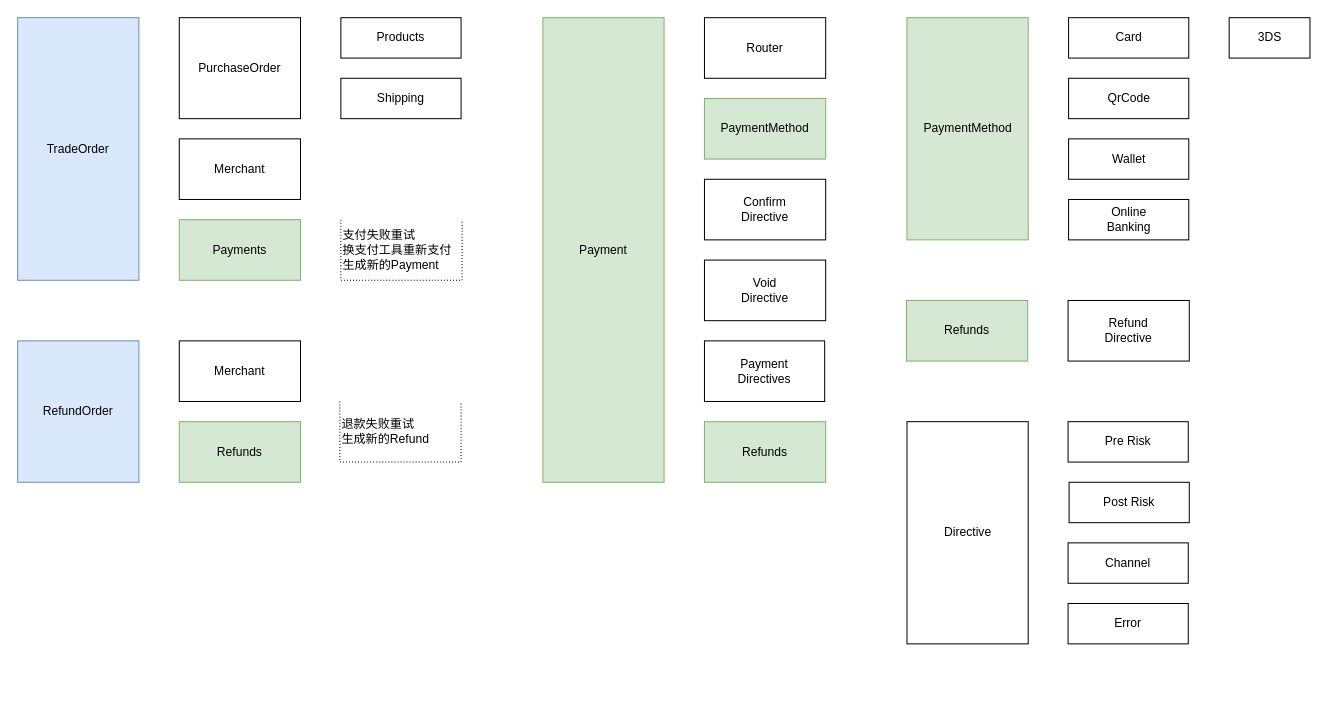
Earlier version of the draw.io diagram page "模型关系图" (2 of 11) of 支付架构.drawio (JudeSheng/design). Source tidied: cells renumbered, new cells numbered last; positions are measured from the earlier drawing's top-left corner, leaving out a move shared by most shapes. Both pictures are drawn from the tidied source at 101%, with x=0, y=0 at pixel (17, 17).
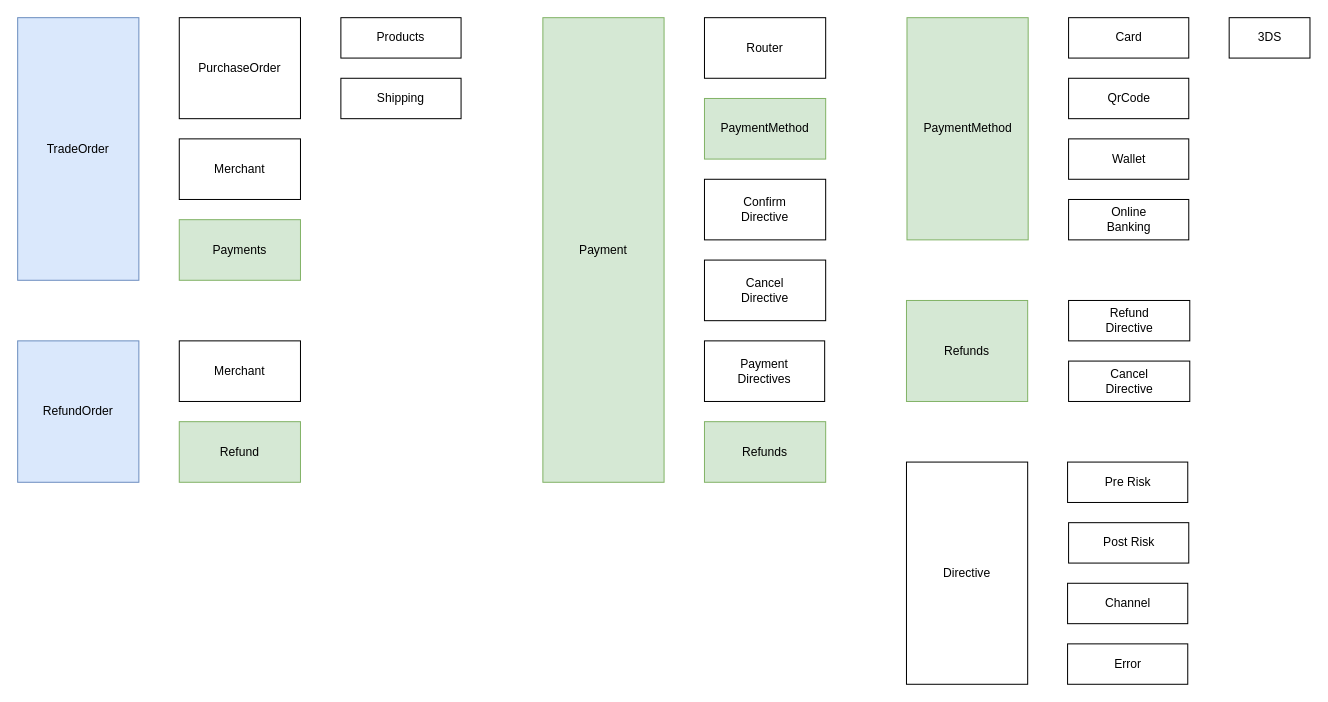
After the change.

Change to the diagram source:
```diff
@@
-    <mxCell id="4" value="Void&lt;br&gt;Directive" style="rounded=0;whiteSpace=wrap;html=1;" parent="1" vertex="1">
+    <mxCell id="4" value="Cancel&lt;br&gt;Directive" style="rounded=0;whiteSpace=wrap;html=1;" parent="1" vertex="1">
       <mxGeometry x="680" y="240" width="120" height="60" as="geometry" />
     </mxCell>
@@
     <mxCell id="13" value="Refund&lt;br&gt;Directive" style="rounded=0;whiteSpace=wrap;html=1;" parent="1" vertex="1">
-      <mxGeometry x="1040" y="280" width="120" height="60" as="geometry" />
+      <mxGeometry x="1040.5" y="280" width="120" height="40" as="geometry" />
     </mxCell>
@@
-    <mxCell id="22" value="Refunds" style="rounded=0;whiteSpace=wrap;html=1;fillColor=#d5e8d4;strokeColor=#82b366;" parent="1" vertex="1">
+    <mxCell id="22" value="Refund" style="rounded=0;whiteSpace=wrap;html=1;fillColor=#d5e8d4;strokeColor=#82b366;" parent="1" vertex="1">
       <mxGeometry x="160" y="400" width="120" height="60" as="geometry" />
     </mxCell>
-    <mxCell id="23" value="支付失败重试&lt;br&gt;换支付工具重新支付&lt;br&gt;生成新的Payment" style="strokeWidth=1;html=1;shape=mxgraph.flowchart.annotation_1;align=left;direction=north;dashed=1;dashPattern=1 2;labelBackgroundColor=none;fontColor=#000000;fillColor=#D4E1F5;" parent="1" vertex="1">
-      <mxGeometry x="320" y="200" width="120" height="60" as="geometry" />
-    </mxCell>
     <mxCell id="24" value="Refunds" style="rounded=0;whiteSpace=wrap;html=1;fillColor=#d5e8d4;strokeColor=#82b366;" parent="1" vertex="1">
-      <mxGeometry x="880" y="280" width="120" height="60" as="geometry" />
+      <mxGeometry x="880" y="280" width="120" height="100" as="geometry" />
     </mxCell>
-    <mxCell id="25" value="退款失败重试&lt;br&gt;生成新的Refund" style="strokeWidth=1;html=1;shape=mxgraph.flowchart.annotation_1;align=left;direction=north;dashed=1;dashPattern=1 2;labelBackgroundColor=none;fontColor=#000000;fillColor=#D4E1F5;" parent="1" vertex="1">
-      <mxGeometry x="319" y="380" width="120" height="60" as="geometry" />
-    </mxCell>
@@
     <mxCell id="27" value="Directive" style="rounded=0;whiteSpace=wrap;html=1;" parent="1" vertex="1">
-      <mxGeometry x="880.5" y="400" width="120" height="220" as="geometry" />
+      <mxGeometry x="880" y="440" width="120" height="220" as="geometry" />
     </mxCell>
     <mxCell id="28" value="Pre Risk" style="rounded=0;whiteSpace=wrap;html=1;" parent="1" vertex="1">
-      <mxGeometry x="1040" y="400" width="119" height="40" as="geometry" />
+      <mxGeometry x="1039.5" y="440" width="119" height="40" as="geometry" />
     </mxCell>
     <mxCell id="29" value="Channel" style="rounded=0;whiteSpace=wrap;html=1;" parent="1" vertex="1">
-      <mxGeometry x="1040" y="520" width="119" height="40" as="geometry" />
+      <mxGeometry x="1039.5" y="560" width="119" height="40" as="geometry" />
     </mxCell>
     <mxCell id="30" value="Error" style="rounded=0;whiteSpace=wrap;html=1;" parent="1" vertex="1">
-      <mxGeometry x="1040" y="580" width="119" height="40" as="geometry" />
+      <mxGeometry x="1039.5" y="620" width="119" height="40" as="geometry" />
     </mxCell>
@@
     <mxCell id="32" value="Post Risk" style="rounded=0;whiteSpace=wrap;html=1;" parent="1" vertex="1">
-      <mxGeometry x="1041" y="460" width="119" height="40" as="geometry" />
+      <mxGeometry x="1040.5" y="500" width="119" height="40" as="geometry" />
     </mxCell>
+    <mxCell id="33" value="Cancel&lt;br&gt;Directive" style="rounded=0;whiteSpace=wrap;html=1;" parent="1" vertex="1">
+      <mxGeometry x="1040.5" y="340" width="120" height="40" as="geometry" />
+    </mxCell>
```
